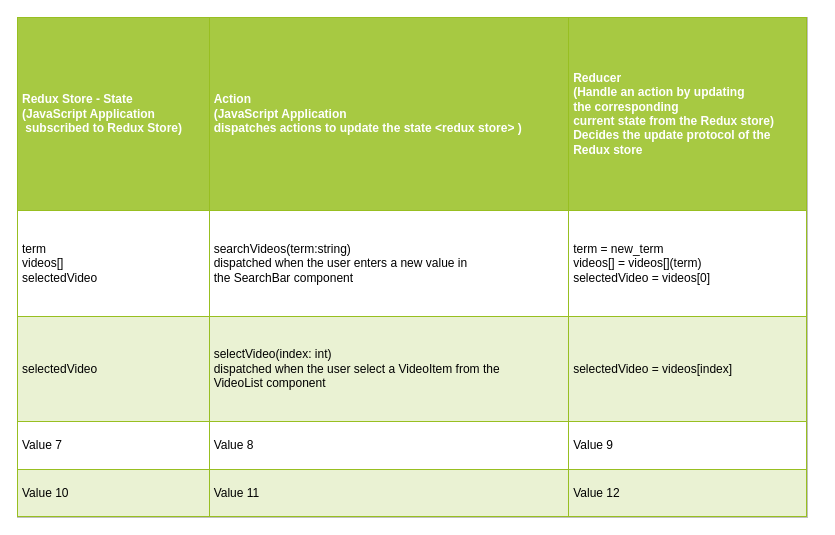
This is RedPlayer.drawio from cosminmemetea/red-player, a draw.io file, before an edit. Source tidied: cells renumbered, new cells numbered last; positions are measured from the earlier drawing's top-left corner, leaving out a move shared by most shapes. Both pictures are drawn from the tidied source at 100%, with x=0, y=0 at pixel (17, 17).
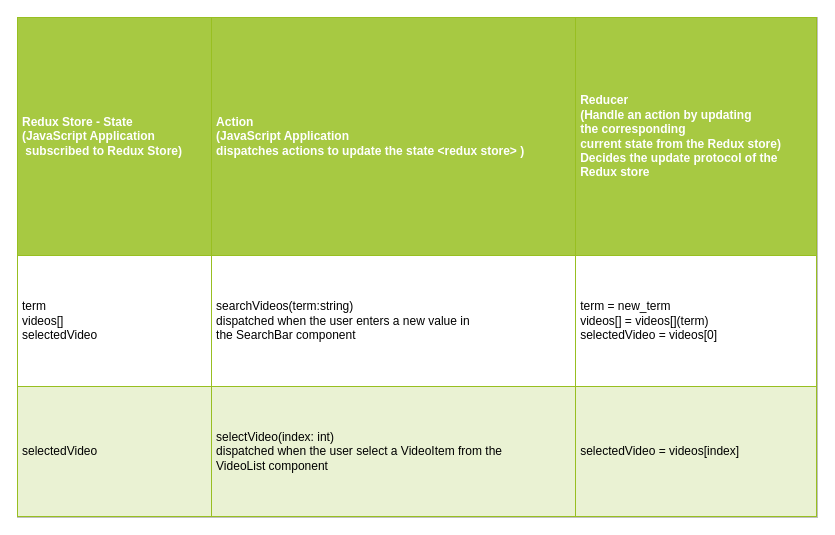
Above is the later version.

Diff of the diagram source:
```diff
@@
 <mxGraphModel>
   <root>
     <mxCell id="0" />
     <mxCell id="1" parent="0" />
-    <mxCell id="2" value="&lt;table border=&quot;1&quot; width=&quot;100%&quot; cellpadding=&quot;4&quot; style=&quot;width: 100% ; height: 100% ; border-collapse: collapse&quot;&gt;&lt;tbody&gt;&lt;tr style=&quot;background-color: #a7c942 ; color: #ffffff ; border: 1px solid #98bf21&quot;&gt;&lt;th align=&quot;left&quot;&gt;Redux Store - State&lt;br&gt;(JavaScript Application&lt;br&gt;&amp;nbsp;subscribed to Redux Store)&lt;/th&gt;&lt;th align=&quot;left&quot;&gt;Action&lt;br&gt;(JavaScript Application &lt;br&gt;dispatches actions to update the state &amp;lt;redux store&amp;gt; )&lt;/th&gt;&lt;th align=&quot;left&quot;&gt;Reducer&lt;br&gt;(Handle an action by updating &lt;br&gt;the corresponding &lt;br&gt;current state from the Redux store)&lt;br&gt;Decides the update protocol of the&amp;nbsp;&lt;br&gt;Redux store&lt;/th&gt;&lt;/tr&gt;&lt;tr style=&quot;border: 1px solid #98bf21&quot;&gt;&lt;td&gt;term&lt;br&gt;videos[]&lt;br&gt;selectedVideo&lt;/td&gt;&lt;td&gt;searchVideos(term:string)&lt;br&gt;dispatched&amp;nbsp;when the user enters a new value&amp;nbsp;in&lt;br&gt;the SearchBar component&lt;/td&gt;&lt;td&gt;term = new_term&lt;br&gt;videos[] = videos[](term)&lt;br&gt;selectedVideo = videos[0]&lt;/td&gt;&lt;/tr&gt;&lt;tr style=&quot;background-color: #eaf2d3 ; border: 1px solid #98bf21&quot;&gt;&lt;td&gt;selectedVideo&lt;/td&gt;&lt;td&gt;selectVideo(index: int)&lt;br&gt;dispatched when the user select a VideoItem from the&amp;nbsp;&lt;br&gt;VideoList component&amp;nbsp;&lt;/td&gt;&lt;td&gt;selectedVideo = videos[index]&lt;/td&gt;&lt;/tr&gt;&lt;tr style=&quot;border: 1px solid #98bf21&quot;&gt;&lt;td&gt;Value 7&lt;/td&gt;&lt;td&gt;Value 8&lt;/td&gt;&lt;td&gt;Value 9&lt;/td&gt;&lt;/tr&gt;&lt;tr style=&quot;background-color: #eaf2d3 ; border: 1px solid #98bf21&quot;&gt;&lt;td&gt;Value 10&lt;/td&gt;&lt;td&gt;Value 11&lt;/td&gt;&lt;td&gt;Value 12&lt;/td&gt;&lt;/tr&gt;&lt;/tbody&gt;&lt;/table&gt;" style="text;html=1;strokeColor=#c0c0c0;fillColor=#ffffff;overflow=fill;rounded=0;" parent="1" vertex="1">
-      <mxGeometry width="790" height="500" as="geometry" />
+    <mxCell id="2" value="&lt;table border=&quot;1&quot; width=&quot;100%&quot; cellpadding=&quot;4&quot; style=&quot;width: 100% ; height: 100% ; border-collapse: collapse&quot;&gt;&lt;tbody&gt;&lt;tr style=&quot;background-color: #a7c942 ; color: #ffffff ; border: 1px solid #98bf21&quot;&gt;&lt;th align=&quot;left&quot;&gt;Redux Store - State&lt;br&gt;(JavaScript Application&lt;br&gt;&amp;nbsp;subscribed to Redux Store)&lt;/th&gt;&lt;th align=&quot;left&quot;&gt;Action&lt;br&gt;(JavaScript Application &lt;br&gt;dispatches actions to update the state &amp;lt;redux store&amp;gt; )&lt;/th&gt;&lt;th align=&quot;left&quot;&gt;Reducer&lt;br&gt;(Handle an action by updating &lt;br&gt;the corresponding &lt;br&gt;current state from the Redux store)&lt;br&gt;Decides the update protocol of the&amp;nbsp;&lt;br&gt;Redux store&lt;/th&gt;&lt;/tr&gt;&lt;tr style=&quot;border: 1px solid #98bf21&quot;&gt;&lt;td&gt;term&lt;br&gt;videos[]&lt;br&gt;selectedVideo&lt;/td&gt;&lt;td&gt;searchVideos(term:string)&lt;br&gt;dispatched&amp;nbsp;when the user enters a new value&amp;nbsp;in&lt;br&gt;the SearchBar component&lt;/td&gt;&lt;td&gt;term = new_term&lt;br&gt;videos[] = videos[](term)&lt;br&gt;selectedVideo = videos[0]&lt;/td&gt;&lt;/tr&gt;&lt;tr style=&quot;background-color: #eaf2d3 ; border: 1px solid #98bf21&quot;&gt;&lt;td&gt;selectedVideo&lt;/td&gt;&lt;td&gt;selectVideo(index: int)&lt;br&gt;dispatched when the user select a VideoItem from the&amp;nbsp;&lt;br&gt;VideoList component&amp;nbsp;&lt;/td&gt;&lt;td&gt;selectedVideo = videos[index]&lt;/td&gt;&lt;/tr&gt;&lt;/tbody&gt;&lt;/table&gt;" style="text;html=1;strokeColor=#c0c0c0;fillColor=#ffffff;overflow=fill;rounded=0;" parent="1" vertex="1">
+      <mxGeometry width="800" height="500" as="geometry" />
     </mxCell>
   </root>
 </mxGraphModel>
```
